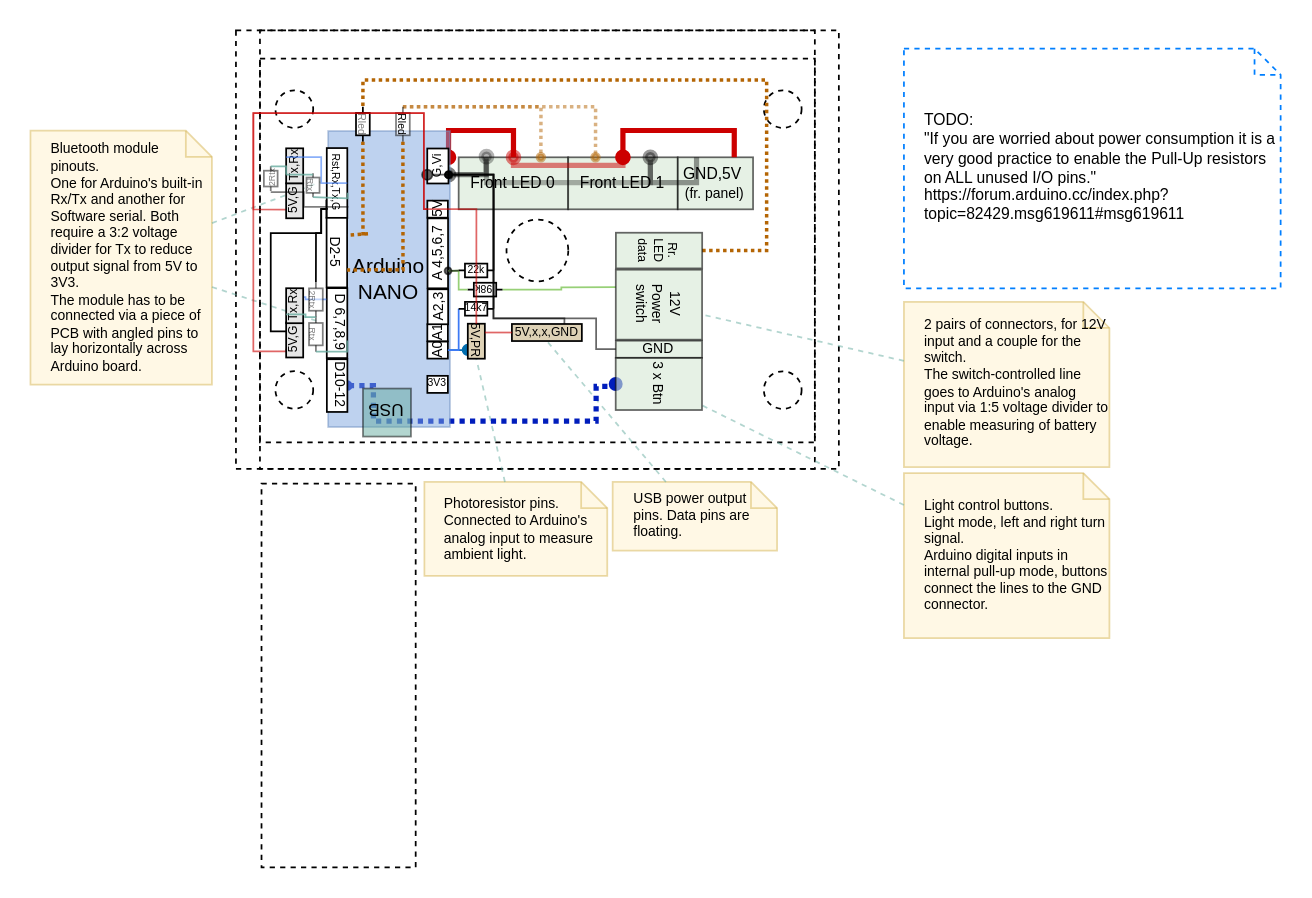
Earlier version of the draw.io diagram hardware/control-unit-hw-schema.drawio (bubblefoil/bike-light). Source tidied: cells renumbered, new cells numbered last; positions are measured from the earlier drawing's top-left corner, leaving out a move shared by most shapes. Both pictures are drawn from the tidied source at 174%, with x=0, y=0 at pixel (30, 30).
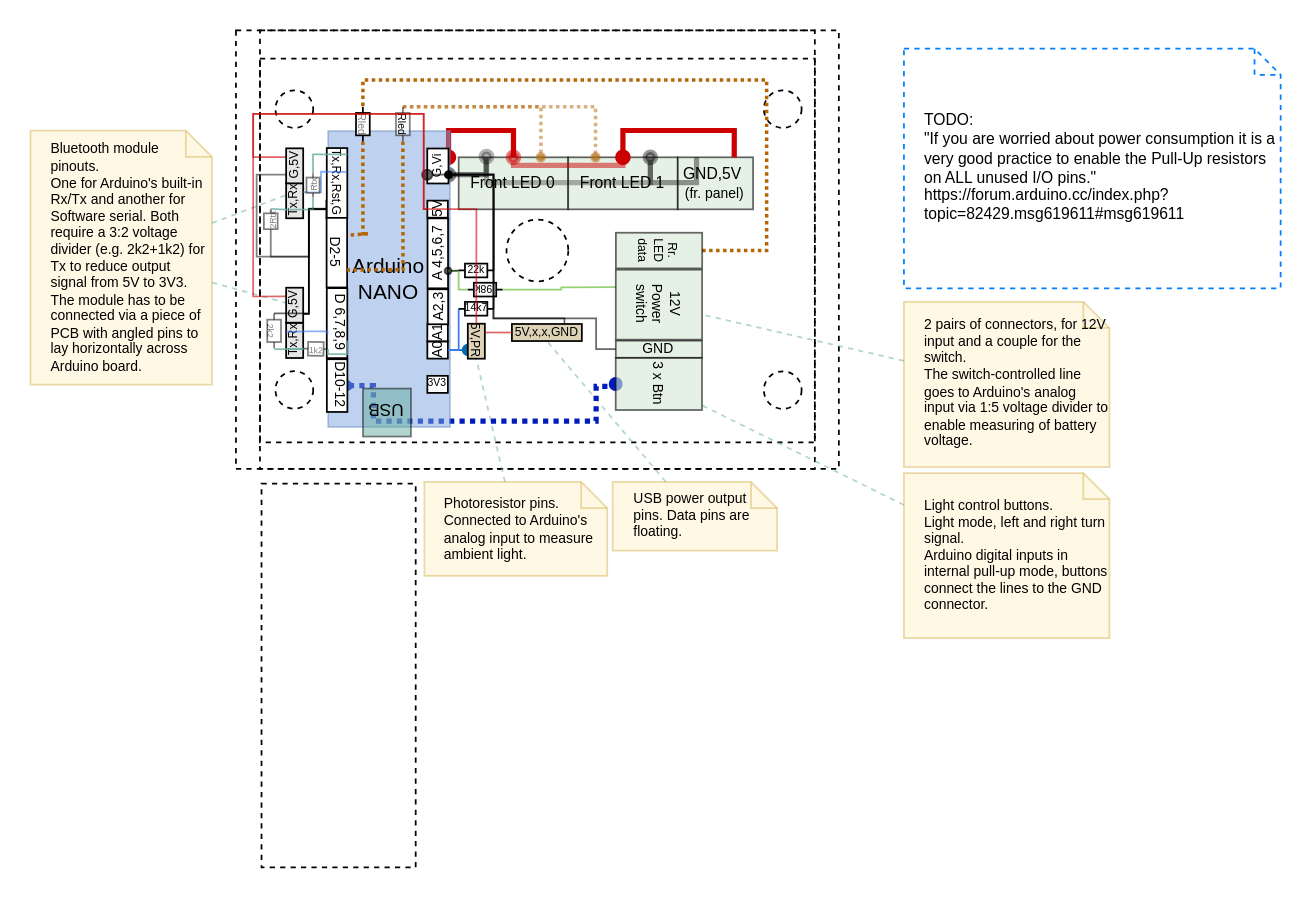
The same page after the edit.

Commit message (it also covers changes not shown here):
Back to pullup, fix BT pinout

Unchanged cells that the change refers to:
```xml
<mxCell id="35" style="group;rotation=90;" parent="25" vertex="1">
  <mxGeometry x="118.1" y="110.8" width="175" height="70.1" as="geometry" />
</mxCell>
<mxCell id="37" value="G" style="rounded=0;whiteSpace=wrap;html=1;rotation=90;fontSize=8;flipV=0;direction=west;" parent="35" vertex="1">
  <mxGeometry x="53" y="-14" width="9.8" height="11.8" as="geometry" />
</mxCell>
<mxCell id="39" value="&lt;div style=&quot;font-size: 8px;&quot;&gt;5V&lt;/div&gt;" style="rounded=0;whiteSpace=wrap;html=1;rotation=270;fontSize=8;" parent="35" vertex="1">
  <mxGeometry x="111" y="-14" width="9.8" height="11.8" as="geometry" />
</mxCell>
<mxCell id="43" value="&lt;div style=&quot;font-size: 8px&quot;&gt;D 6,7,8,9&lt;/div&gt;" style="rounded=0;whiteSpace=wrap;html=1;rotation=90;fontSize=8;flipV=0;direction=west;verticalAlign=bottom;" parent="35" vertex="1">
  <mxGeometry x="38" y="51.5" width="40.2" height="11.8" as="geometry" />
</mxCell>
<mxCell id="85" style="group;" parent="25" vertex="1">
  <mxGeometry x="145.9" y="149.2" width="11.8" height="39.8" as="geometry" />
</mxCell>
```

The edit, as a diff of the source:
```diff
@@
-    <mxCell id="1" parent="0" />
@@
-    <mxCell id="14" value="&lt;div style=&quot;font-size: 8px&quot;&gt;&lt;font style=&quot;font-size: 8px&quot;&gt;Bluetooth module pinouts.&lt;/font&gt;&lt;/div&gt;&lt;div style=&quot;font-size: 8px&quot;&gt;&lt;font style=&quot;font-size: 8px&quot;&gt;One for Arduino's built-in Rx/Tx and another for Software serial. Both require a 3:2 voltage divider for Tx to reduce output signal from 5V to 3V3.&lt;/font&gt;&lt;/div&gt;&lt;div style=&quot;font-size: 8px&quot;&gt;&lt;font style=&quot;font-size: 8px&quot;&gt;The module has to be connected via a piece of PCB with angled pins to lay horizontally across Arduino board.&lt;br&gt;&lt;/font&gt;&lt;/div&gt;" style="shape=note;size=15;align=left;spacingLeft=10;html=1;whiteSpace=wrap;fillColor=#fff2cc;fontSize=5;opacity=50;strokeColor=#d6b656;" parent="12" vertex="1">
+    <mxCell id="14" value="&lt;div style=&quot;font-size: 8px&quot;&gt;&lt;font style=&quot;font-size: 8px&quot;&gt;Bluetooth module pinouts.&lt;/font&gt;&lt;/div&gt;&lt;div style=&quot;font-size: 8px&quot;&gt;&lt;font style=&quot;font-size: 8px&quot;&gt;One for Arduino's built-in Rx/Tx and another for Software serial. Both require a 3:2 voltage divider (e.g. 2k2+1k2) for Tx to reduce output signal from 5V to 3V3.&lt;/font&gt;&lt;/div&gt;&lt;div style=&quot;font-size: 8px&quot;&gt;&lt;font style=&quot;font-size: 8px&quot;&gt;The module has to be connected via a piece of PCB with angled pins to lay horizontally across Arduino board.&lt;br&gt;&lt;/font&gt;&lt;/div&gt;" style="shape=note;size=15;align=left;spacingLeft=10;html=1;whiteSpace=wrap;fillColor=#fff2cc;fontSize=5;opacity=50;strokeColor=#d6b656;" parent="12" vertex="1">
       <mxGeometry y="57.6" width="104.3" height="145.9" as="geometry" />
     </mxCell>
@@
-    <mxCell id="16" style="edgeStyle=none;endArrow=none;dashed=1;html=1;strokeColor=#67AB9F;fontSize=5;opacity=50;entryX=0;entryY=1;entryDx=0;entryDy=0;" parent="12" edge="1" source="14">
-      <mxGeometry x="1" relative="1" as="geometry">
-        <mxPoint x="166.6" y="167.6" as="targetPoint" />
-      </mxGeometry>
+    <mxCell id="16" style="edgeStyle=none;endArrow=none;dashed=1;html=1;strokeColor=#67AB9F;fontSize=5;opacity=50;" parent="12" edge="1" source="14" target="86">
+      <mxGeometry x="1" relative="1" as="geometry" />
     </mxCell>
@@
-    <mxCell id="41" value="Rst,Rx,Tx,G" style="rounded=0;whiteSpace=wrap;html=1;rotation=90;fontSize=6;flipV=0;direction=west;" parent="35" vertex="1">
+    <mxCell id="41" value="Tx,Rx,Rst,G" style="rounded=0;whiteSpace=wrap;html=1;rotation=90;fontSize=7;flipV=0;direction=west;" parent="35" vertex="1">
       <mxGeometry x="38" y="-29" width="40.2" height="11.8" as="geometry" />
     </mxCell>
@@
-    <mxCell id="72" style="edgeStyle=orthogonalEdgeStyle;rounded=0;jettySize=auto;html=1;endArrow=none;endFill=0;fillColor=#f8cecc;strokeColor=#CC0000;entryX=0.75;entryY=1;entryDx=0;entryDy=0;exitX=0.5;exitY=0;exitDx=0;exitDy=0;opacity=60;" parent="25" edge="1" source="39" target="73">
+    <mxCell id="72" style="edgeStyle=orthogonalEdgeStyle;rounded=0;jettySize=auto;html=1;endArrow=none;endFill=0;fillColor=#f8cecc;strokeColor=#CC0000;entryX=0.25;entryY=1;entryDx=0;entryDy=0;exitX=0.5;exitY=0;exitDx=0;exitDy=0;opacity=60;" parent="25" edge="1" source="39" target="75">
       <mxGeometry relative="1" as="geometry">
         <Array as="points">
-          <mxPoint x="226.1" y="102.5" />
-          <mxPoint x="226.1" y="47.5" />
-          <mxPoint x="128.1" y="47.5" />
-          <mxPoint x="128.1" y="102.5" />
+          <mxPoint x="226" y="103" />
+          <mxPoint x="226" y="48" />
+          <mxPoint x="128" y="48" />
+          <mxPoint x="128" y="73" />
         </Array>
       </mxGeometry>
     </mxCell>
-    <mxCell id="73" value="5V,G" style="rounded=0;whiteSpace=wrap;html=1;rotation=270;fontSize=7;flipV=0;direction=west;fillColor=#E6E6E6;" parent="25" vertex="1">
+    <mxCell id="73" value="Tx,Rx" style="rounded=0;whiteSpace=wrap;html=1;rotation=270;fontSize=7;flipV=0;direction=west;fillColor=#E6E6E6;" parent="25" vertex="1">
       <mxGeometry x="141.8" y="93" width="20.1" height="9.8" as="geometry" />
     </mxCell>
-    <mxCell id="74" style="edgeStyle=orthogonalEdgeStyle;rounded=0;jettySize=auto;html=1;endArrow=none;endFill=0;fillColor=#f8cecc;strokeColor=#CC0000;entryX=0.5;entryY=0;entryDx=0;entryDy=0;exitX=0.75;exitY=1;exitDx=0;exitDy=0;opacity=60;" parent="25" edge="1" source="86" target="39">
+    <mxCell id="74" style="edgeStyle=orthogonalEdgeStyle;rounded=0;jettySize=auto;html=1;endArrow=none;endFill=0;fillColor=#f8cecc;strokeColor=#CC0000;entryX=0.5;entryY=0;entryDx=0;entryDy=0;exitX=0.25;exitY=1;exitDx=0;exitDy=0;opacity=60;" parent="25" edge="1" source="86" target="39">
       <mxGeometry relative="1" as="geometry">
         <Array as="points">
-          <mxPoint x="147.1" y="184.5" />
-          <mxPoint x="128.1" y="184.5" />
-          <mxPoint x="128.1" y="47.5" />
-          <mxPoint x="226.1" y="47.5" />
-          <mxPoint x="226.1" y="102.5" />
+          <mxPoint x="128" y="153" />
+          <mxPoint x="128" y="48" />
+          <mxPoint x="226" y="48" />
+          <mxPoint x="226" y="103" />
         </Array>
       </mxGeometry>
     </mxCell>
-    <mxCell id="75" value="Tx,Rx" style="rounded=0;whiteSpace=wrap;html=1;rotation=270;fontSize=7;flipV=0;direction=west;fillColor=#E6E6E6;" parent="25" vertex="1">
+    <mxCell id="75" value="G,5V" style="rounded=0;whiteSpace=wrap;html=1;rotation=270;fontSize=7;flipV=0;direction=west;fillColor=#E6E6E6;" parent="25" vertex="1">
       <mxGeometry x="141.8" y="72.9" width="20.1" height="9.8" as="geometry" />
     </mxCell>
-    <mxCell id="76" style="edgeStyle=orthogonalEdgeStyle;rounded=0;jettySize=auto;html=1;endArrow=none;endFill=0;strokeColor=#000000;fontSize=10;entryX=0.16;entryY=1.054;entryDx=0;entryDy=0;exitX=0.25;exitY=1;exitDx=0;exitDy=0;entryPerimeter=0;opacity=50;" parent="25" edge="1" source="73" target="41">
+    <mxCell id="76" style="edgeStyle=orthogonalEdgeStyle;rounded=0;jettySize=auto;html=1;endArrow=none;endFill=0;strokeColor=#000000;fontSize=10;entryX=0.122;entryY=-0.008;entryDx=0;entryDy=0;exitX=0.75;exitY=1;exitDx=0;exitDy=0;entryPerimeter=0;opacity=50;" parent="25" edge="1" source="75" target="41">
       <mxGeometry relative="1" as="geometry">
         <Array as="points">
-          <mxPoint x="157.1" y="92.5" />
-          <mxPoint x="157.1" y="101.5" />
+          <mxPoint x="130" y="83" />
+          <mxPoint x="130" y="130" />
+          <mxPoint x="160" y="130" />
+          <mxPoint x="160" y="103" />
         </Array>
       </mxGeometry>
     </mxCell>
-    <mxCell id="77" style="edgeStyle=orthogonalEdgeStyle;rounded=0;jettySize=auto;html=1;endArrow=none;endFill=0;strokeColor=#000000;fontSize=10;entryX=0.25;entryY=1;entryDx=0;entryDy=0;exitX=0.5;exitY=0;exitDx=0;exitDy=0;" parent="25" edge="1" source="37" target="86">
+    <mxCell id="77" style="edgeStyle=orthogonalEdgeStyle;rounded=0;jettySize=auto;html=1;endArrow=none;endFill=0;strokeColor=#000000;fontSize=10;entryX=0.75;entryY=0;entryDx=0;entryDy=0;exitX=0.5;exitY=0;exitDx=0;exitDy=0;" parent="25" edge="1" source="37" target="86">
       <mxGeometry relative="1" as="geometry">
         <Array as="points">
-          <mxPoint x="167.1" y="102.5" />
-          <mxPoint x="167.1" y="116.5" />
-          <mxPoint x="138.1" y="116.5" />
-          <mxPoint x="138.1" y="172.5" />
+          <mxPoint x="160" y="103" />
+          <mxPoint x="160" y="163" />
         </Array>
       </mxGeometry>
     </mxCell>
-    <mxCell id="78" style="edgeStyle=orthogonalEdgeStyle;rounded=0;jettySize=auto;html=1;endArrow=none;endFill=0;fillColor=#f8cecc;strokeColor=#3D7AF5;entryX=0.25;entryY=1;entryDx=0;entryDy=0;exitX=0.84;exitY=-0.015;exitDx=0;exitDy=0;opacity=60;exitPerimeter=0;" parent="25" edge="1" source="43" target="87">
-      <mxGeometry relative="1" as="geometry">
-        <Array as="points">
-          <mxPoint x="158.1" y="154.5" />
-        </Array>
-      </mxGeometry>
-    </mxCell>
-    <mxCell id="79" style="edgeStyle=orthogonalEdgeStyle;rounded=0;jettySize=auto;html=1;endArrow=none;endFill=0;fillColor=#f8cecc;strokeColor=#3D7AF5;entryX=0.25;entryY=1;entryDx=0;entryDy=0;exitX=0.5;exitY=1;exitDx=0;exitDy=0;opacity=60;" parent="25" edge="1" source="41" target="75">
+    <mxCell id="79" style="edgeStyle=orthogonalEdgeStyle;rounded=0;jettySize=auto;html=1;endArrow=none;endFill=0;fillColor=#f8cecc;strokeColor=#3D7AF5;entryX=0.25;entryY=0;entryDx=0;entryDy=0;exitX=0.661;exitY=0.989;exitDx=0;exitDy=0;opacity=60;exitPerimeter=0;" parent="25" edge="1" source="41" target="73">
       <mxGeometry relative="1" as="geometry">
         <Array as="points">
-          <mxPoint x="167.1" y="87.5" />
-          <mxPoint x="167.1" y="72.5" />
-          <mxPoint x="147.1" y="72.5" />
+          <mxPoint x="167" y="81" />
+          <mxPoint x="167" y="93" />
         </Array>
       </mxGeometry>
     </mxCell>
@@
-    <mxCell id="83" value="2Rtx" style="verticalLabelPosition=middle;shadow=0;dashed=0;align=center;fillColor=#ffffff;html=1;verticalAlign=middle;strokeWidth=1;shape=mxgraph.electrical.resistors.resistor_1;rotation=90;labelPosition=center;fontSize=5;textOpacity=50;opacity=50;" parent="25" vertex="1">
-      <mxGeometry x="154" y="150.7" width="20.1" height="7.9" as="geometry" />
+    <mxCell id="83" value="2k2" style="verticalLabelPosition=middle;shadow=0;dashed=0;align=center;fillColor=#ffffff;html=1;verticalAlign=middle;strokeWidth=1;shape=mxgraph.electrical.resistors.resistor_1;rotation=90;labelPosition=center;fontSize=5;textOpacity=50;opacity=50;" parent="25" vertex="1">
+      <mxGeometry x="130" y="168.7" width="20.1" height="7.9" as="geometry" />
     </mxCell>
-    <mxCell id="84" value="&lt;div style=&quot;font-size: 5px;&quot;&gt;Rtx&lt;/div&gt;" style="verticalLabelPosition=middle;shadow=0;dashed=0;align=center;fillColor=#ffffff;html=1;verticalAlign=middle;strokeWidth=1;shape=mxgraph.electrical.resistors.resistor_1;rotation=90;labelPosition=center;fontSize=5;textOpacity=50;opacity=50;" parent="25" vertex="1">
-      <mxGeometry x="154" y="170.6" width="20.1" height="7.9" as="geometry" />
+    <mxCell id="84" value="&lt;div style=&quot;font-size: 5px&quot;&gt;1k2&lt;/div&gt;" style="verticalLabelPosition=middle;shadow=0;dashed=0;align=center;fillColor=#ffffff;html=1;verticalAlign=middle;strokeWidth=1;shape=mxgraph.electrical.resistors.resistor_1;rotation=1;labelPosition=center;fontSize=5;textOpacity=50;opacity=50;" parent="25" vertex="1">
+      <mxGeometry x="157" y="179" width="14" height="8" as="geometry" />
     </mxCell>
@@
-    <mxCell id="86" value="5V,G" style="rounded=0;whiteSpace=wrap;html=1;rotation=270;fontSize=7;flipV=0;direction=west;fillColor=#E6E6E6;" parent="85" vertex="1">
-      <mxGeometry x="-4.1" y="23.8" width="20.1" height="9.8" as="geometry" />
+    <mxCell id="86" value="G,5V" style="rounded=0;whiteSpace=wrap;html=1;rotation=270;fontSize=7;flipV=0;direction=west;fillColor=#E6E6E6;" parent="85" vertex="1">
+      <mxGeometry x="-4.1" y="3.8" width="20.1" height="9.8" as="geometry" />
     </mxCell>
     <mxCell id="87" value="Tx,Rx" style="rounded=0;whiteSpace=wrap;html=1;rotation=270;fontSize=7;flipV=0;direction=west;fillColor=#E6E6E6;" parent="85" vertex="1">
-      <mxGeometry x="-4.1" y="4.1" width="20.1" height="9.8" as="geometry" />
+      <mxGeometry x="-4.1" y="24.1" width="20.1" height="9.8" as="geometry" />
     </mxCell>
-    <mxCell id="88" style="edgeStyle=orthogonalEdgeStyle;rounded=0;jettySize=auto;html=1;endArrow=none;endFill=0;strokeColor=#000000;fontSize=10;entryX=0;entryY=0.5;entryDx=0;entryDy=0;exitX=0.131;exitY=0.05;exitDx=0;exitDy=0;entryPerimeter=0;exitPerimeter=0;" parent="25" edge="1" source="41" target="83">
+    <mxCell id="88" style="edgeStyle=orthogonalEdgeStyle;rounded=0;jettySize=auto;html=1;endArrow=none;endFill=0;strokeColor=#000000;fontSize=10;entryX=0;entryY=0.5;entryDx=0;entryDy=0;exitX=0.126;exitY=0.006;exitDx=0;exitDy=0;entryPerimeter=0;opacity=60;exitPerimeter=0;" parent="25" edge="1" source="41" target="83">
       <mxGeometry relative="1" as="geometry">
         <Array as="points">
-          <mxPoint x="167.1" y="102.5" />
-          <mxPoint x="167.1" y="116.5" />
-          <mxPoint x="164.1" y="116.5" />
+          <mxPoint x="160" y="103" />
+          <mxPoint x="160" y="163" />
         </Array>
       </mxGeometry>
     </mxCell>
-    <mxCell id="89" style="edgeStyle=orthogonalEdgeStyle;rounded=0;jettySize=auto;html=1;endArrow=none;endFill=0;fillColor=#f8cecc;strokeColor=#67AB9F;entryX=0.75;entryY=1;entryDx=0;entryDy=0;exitX=1;exitY=0.5;exitDx=0;exitDy=0;exitPerimeter=0;opacity=80;" parent="25" edge="1" source="83" target="87">
+    <mxCell id="89" style="edgeStyle=orthogonalEdgeStyle;rounded=0;jettySize=auto;html=1;endArrow=none;endFill=0;fillColor=#f8cecc;strokeColor=#67AB9F;entryX=0.75;entryY=0;entryDx=0;entryDy=0;exitX=1;exitY=0.5;exitDx=0;exitDy=0;exitPerimeter=0;opacity=80;" parent="25" edge="1" source="83" target="87">
       <mxGeometry relative="1" as="geometry">
         <Array as="points">
-          <mxPoint x="158.1" y="164.5" />
+          <mxPoint x="157" y="183" />
+          <mxPoint x="157" y="183" />
         </Array>
       </mxGeometry>
     </mxCell>
     <mxCell id="90" style="edgeStyle=orthogonalEdgeStyle;rounded=0;jettySize=auto;html=1;endArrow=none;endFill=0;fillColor=#f8cecc;strokeColor=#67AB9F;entryX=1;entryY=0.5;entryDx=0;entryDy=0;exitX=0.25;exitY=1;exitDx=0;exitDy=0;opacity=80;entryPerimeter=0;" parent="25" edge="1" source="43" target="84">
       <mxGeometry relative="1" as="geometry">
         <Array as="points">
-          <mxPoint x="182.1" y="184.5" />
+          <mxPoint x="182" y="186" />
         </Array>
       </mxGeometry>
     </mxCell>
@@
     <mxCell id="94" value="2Rtx" style="verticalLabelPosition=middle;shadow=0;dashed=0;align=center;fillColor=#ffffff;html=1;verticalAlign=middle;strokeWidth=1;shape=mxgraph.electrical.resistors.resistor_1;rotation=270;labelPosition=center;fontSize=5;textOpacity=50;opacity=50;" parent="25" vertex="1">
-      <mxGeometry x="131" y="81.2" width="14.2" height="7.9" as="geometry" />
+      <mxGeometry x="131" y="105.7" width="14.2" height="7.9" as="geometry" />
     </mxCell>
-    <mxCell id="95" value="&lt;div style=&quot;font-size: 5px;&quot;&gt;Rtx&lt;/div&gt;" style="verticalLabelPosition=middle;shadow=0;dashed=0;align=center;fillColor=#ffffff;html=1;verticalAlign=middle;strokeWidth=1;shape=mxgraph.electrical.resistors.resistor_1;rotation=90;labelPosition=center;fontSize=5;textOpacity=50;opacity=50;" parent="25" vertex="1">
+    <mxCell id="95" value="&lt;div style=&quot;font-size: 5px;&quot;&gt;Rtx&lt;/div&gt;" style="verticalLabelPosition=middle;shadow=0;dashed=0;align=center;fillColor=#ffffff;html=1;verticalAlign=middle;strokeWidth=1;shape=mxgraph.electrical.resistors.resistor_1;rotation=-90;labelPosition=center;fontSize=5;textOpacity=50;opacity=50;" parent="25" vertex="1">
       <mxGeometry x="155.5" y="85.2" width="13.8" height="7.5" as="geometry" />
     </mxCell>
-    <mxCell id="96" style="edgeStyle=orthogonalEdgeStyle;rounded=0;jettySize=auto;html=1;endArrow=none;endFill=0;fillColor=#f8cecc;strokeColor=#67AB9F;entryX=0.75;entryY=1;entryDx=0;entryDy=0;exitX=1;exitY=0.5;exitDx=0;exitDy=0;exitPerimeter=0;opacity=80;" parent="25" edge="1" source="94" target="75">
+    <mxCell id="96" style="edgeStyle=orthogonalEdgeStyle;rounded=0;jettySize=auto;html=1;endArrow=none;endFill=0;fillColor=#f8cecc;strokeColor=#67AB9F;entryX=0.75;entryY=1;entryDx=0;entryDy=0;exitX=1;exitY=0.5;exitDx=0;exitDy=0;exitPerimeter=0;opacity=80;" parent="25" edge="1" source="94" target="73">
       <mxGeometry relative="1" as="geometry">
         <Array as="points">
-          <mxPoint x="147.1" y="78.5" />
+          <mxPoint x="139" y="103" />
         </Array>
       </mxGeometry>
     </mxCell>
-    <mxCell id="97" style="edgeStyle=orthogonalEdgeStyle;rounded=0;jettySize=auto;html=1;endArrow=none;endFill=0;fillColor=#f8cecc;strokeColor=#67AB9F;entryX=1;entryY=0.5;entryDx=0;entryDy=0;exitX=0.362;exitY=1.015;exitDx=0;exitDy=0;opacity=80;entryPerimeter=0;exitPerimeter=0;" parent="25" edge="1" source="41" target="95">
+    <mxCell id="97" style="edgeStyle=orthogonalEdgeStyle;rounded=0;jettySize=auto;html=1;endArrow=none;endFill=0;fillColor=#f8cecc;strokeColor=#67AB9F;entryX=1;entryY=0.5;entryDx=0;entryDy=0;exitX=0.91;exitY=1.003;exitDx=0;exitDy=0;opacity=80;entryPerimeter=0;exitPerimeter=0;" parent="25" edge="1" source="41" target="95">
       <mxGeometry relative="1" as="geometry">
         <Array as="points">
-          <mxPoint x="182.1" y="96.5" />
-          <mxPoint x="182.1" y="94.5" />
+          <mxPoint x="162" y="71" />
         </Array>
       </mxGeometry>
     </mxCell>
-    <mxCell id="98" style="edgeStyle=orthogonalEdgeStyle;rounded=0;jettySize=auto;html=1;endArrow=none;endFill=0;fillColor=#f8cecc;strokeColor=#67AB9F;entryX=0.75;entryY=1;entryDx=0;entryDy=0;exitX=0;exitY=0.5;exitDx=0;exitDy=0;opacity=80;exitPerimeter=0;" parent="25" edge="1" source="95" target="75">
+    <mxCell id="98" style="edgeStyle=orthogonalEdgeStyle;rounded=0;jettySize=auto;html=1;endArrow=none;endFill=0;fillColor=#f8cecc;strokeColor=#67AB9F;entryX=0.75;entryY=1;entryDx=0;entryDy=0;exitX=0;exitY=0.5;exitDx=0;exitDy=0;opacity=80;exitPerimeter=0;" parent="25" edge="1" source="95" target="73">
       <mxGeometry relative="1" as="geometry">
         <Array as="points">
-          <mxPoint x="162.1" y="82.5" />
-          <mxPoint x="147.1" y="82.5" />
+          <mxPoint x="162" y="103" />
         </Array>
       </mxGeometry>
     </mxCell>
-    <mxCell id="99" style="edgeStyle=orthogonalEdgeStyle;rounded=0;jettySize=auto;html=1;endArrow=none;endFill=0;strokeColor=#000000;fontSize=10;entryX=0.25;entryY=1;entryDx=0;entryDy=0;exitX=0;exitY=0.5;exitDx=0;exitDy=0;opacity=50;exitPerimeter=0;" parent="25" edge="1" source="94" target="73">
+    <mxCell id="99" style="edgeStyle=orthogonalEdgeStyle;rounded=0;jettySize=auto;html=1;endArrow=none;endFill=0;strokeColor=#000000;fontSize=10;entryX=0.134;entryY=-0.008;entryDx=0;entryDy=0;exitX=0;exitY=0.5;exitDx=0;exitDy=0;opacity=50;exitPerimeter=0;entryPerimeter=0;" parent="25" edge="1" source="94" target="41">
       <mxGeometry relative="1" as="geometry">
         <Array as="points">
-          <mxPoint x="138.1" y="92.5" />
-          <mxPoint x="147.1" y="92.5" />
+          <mxPoint x="138" y="130" />
+          <mxPoint x="160" y="130" />
+          <mxPoint x="160" y="102" />
         </Array>
       </mxGeometry>
     </mxCell>
+    <mxCell id="100" style="edgeStyle=orthogonalEdgeStyle;rounded=0;jettySize=auto;html=1;endArrow=none;endFill=0;fillColor=#f8cecc;strokeColor=#67AB9F;entryX=0.75;entryY=1;entryDx=0;entryDy=0;exitX=0;exitY=0.5;exitDx=0;exitDy=0;opacity=80;exitPerimeter=0;" parent="25" edge="1" source="84" target="87">
+      <mxGeometry relative="1" as="geometry">
+        <Array as="points">
+          <mxPoint x="157" y="183" />
+        </Array>
+      </mxGeometry>
+    </mxCell>
+    <mxCell id="78" style="edgeStyle=orthogonalEdgeStyle;rounded=0;jettySize=auto;html=1;endArrow=none;endFill=0;fillColor=#f8cecc;strokeColor=#3D7AF5;entryX=0.25;entryY=1;entryDx=0;entryDy=0;exitX=0.339;exitY=0.033;exitDx=0;exitDy=0;opacity=60;exitPerimeter=0;" parent="25" edge="1" source="43" target="87">
+      <mxGeometry relative="1" as="geometry">
+        <Array as="points">
+          <mxPoint x="171" y="173" />
+          <mxPoint x="160" y="173" />
+        </Array>
+      </mxGeometry>
+    </mxCell>
```
